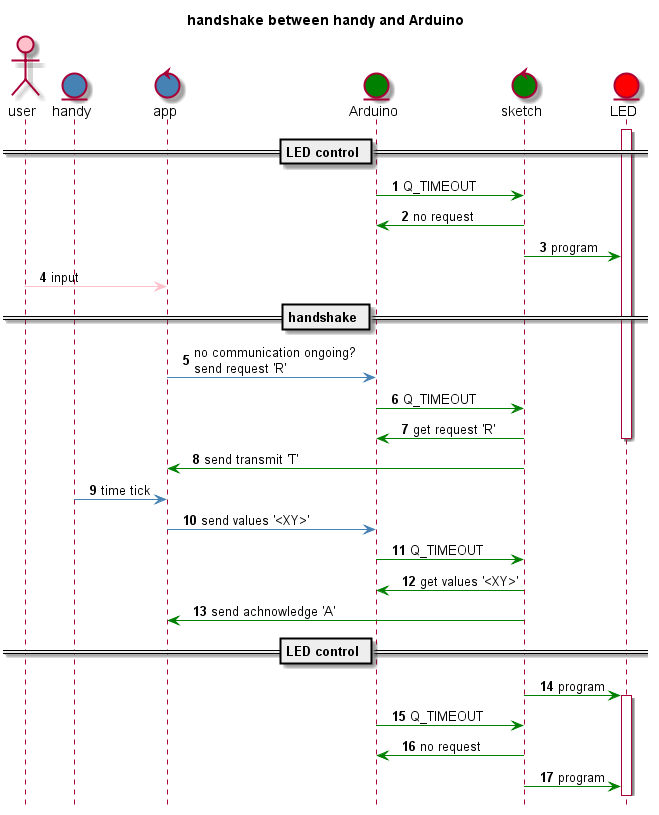
Earlier version of the PlantUML export doc/handshake.png (orje/LEDviaApp).
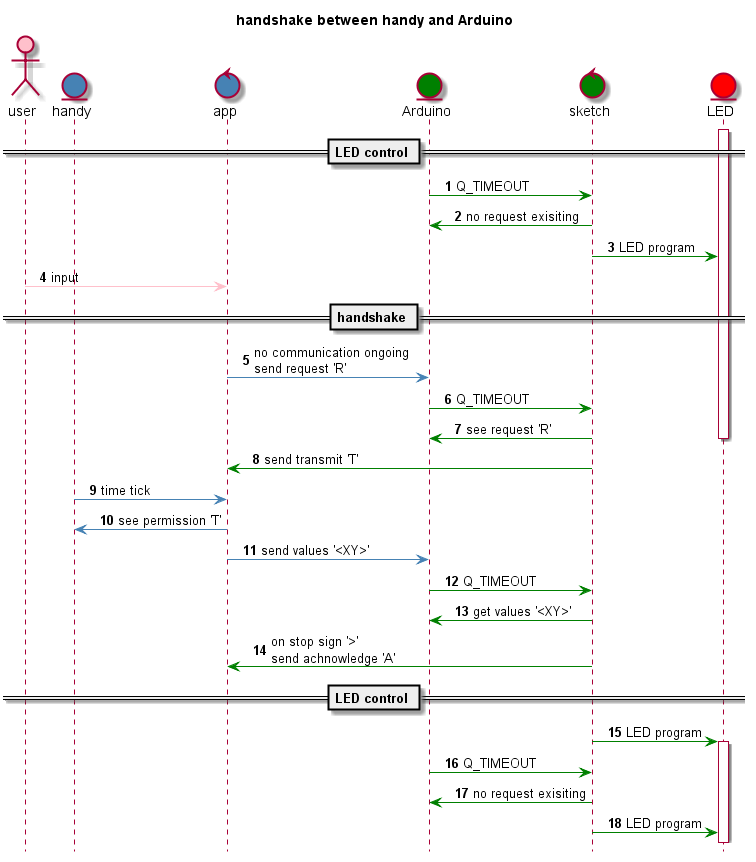
The same file after the commit.

The edit, as a diff of the source:
```diff
@@ -19,19 +19,19 @@
 
 Arduino -[#green]> sketch: Q_TIMEOUT
 
-sketch -[#green]> Arduino: no request
+sketch -[#green]> Arduino: no request exisiting
 
-sketch -[#green]> LED: program
+sketch -[#green]> LED: LED program
 
 user -[#pink]> app: input
 
 == handshake ==
 
-app -[#steelblue]> Arduino: no communication ongoing? \nsend request 'R'
+app -[#steelblue]> Arduino: no communication ongoing \nsend request 'R'
 
 Arduino -[#green]> sketch: Q_TIMEOUT
 
-sketch -[#green]> Arduino: get request 'R'
+sketch -[#green]> Arduino: see request 'R'
 
 deactivate LED
 
@@ -39,24 +39,26 @@
 
 handy -[#steelblue]> app: time tick
 
+app -[#steelblue]> handy: see permission 'T'
+
 app -[#steelblue]> Arduino: send values '<XY>'
 
 Arduino -[#green]> sketch: Q_TIMEOUT
 
 sketch -[#green]> Arduino: get values '<XY>'
 
-sketch -[#green]> app: send achnowledge 'A'
+sketch -[#green]> app: on stop sign '>' \nsend achnowledge 'A'
 
 == LED control ==
 
-sketch -[#green]> LED: program
+sketch -[#green]> LED: LED program
 
 activate LED
 
 Arduino -[#green]> sketch: Q_TIMEOUT
 
-sketch -[#green]> Arduino: no request
+sketch -[#green]> Arduino: no request exisiting
 
-sketch -[#green]> LED: program
+sketch -[#green]> LED: LED program
 
 @enduml
```
